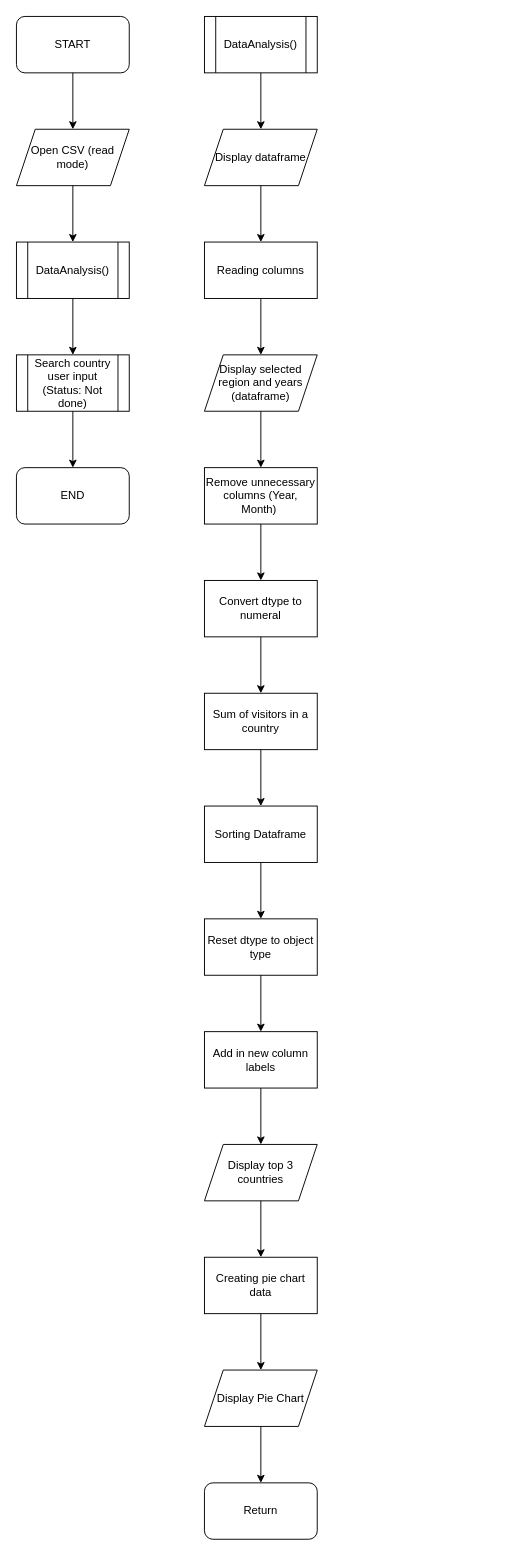
Earlier version of the draw.io diagram DA_yaypython(DianaToh).drawio (http-dtmh/DA_yaypython). Source tidied: cells renumbered, new cells numbered last; positions are measured from the earlier drawing's top-left corner, leaving out a move shared by most shapes. Both pictures are drawn from the tidied source at 94%, with x=0, y=0 at pixel (16, 16).
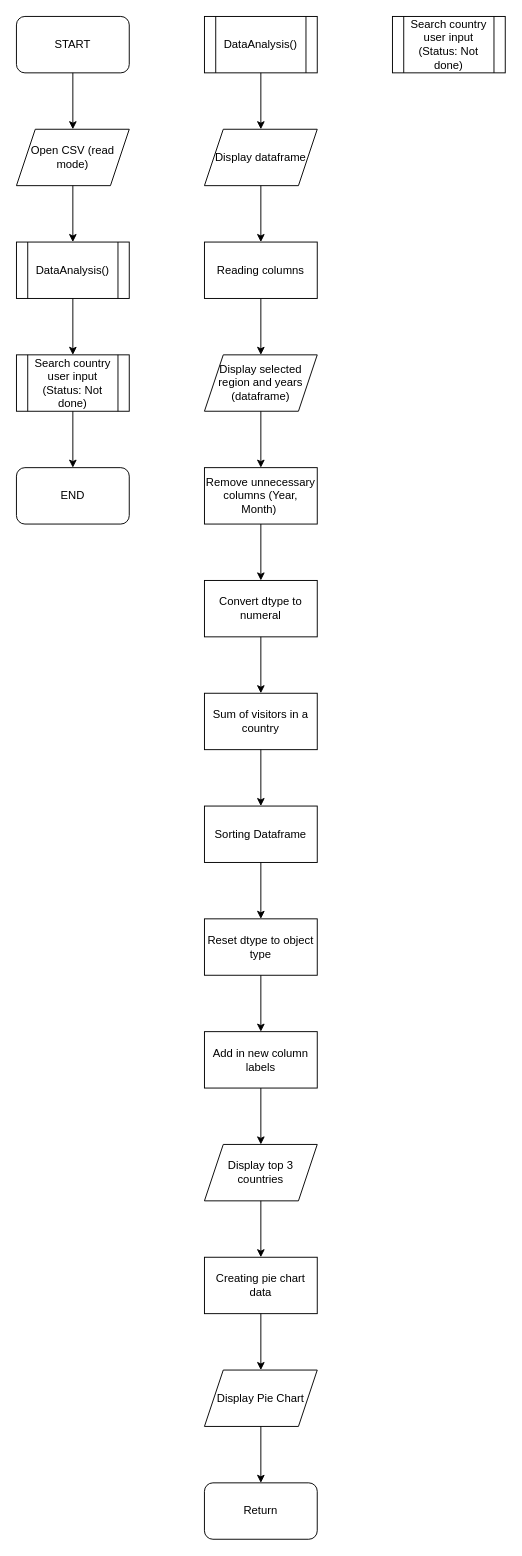
The same diagram, later.

Change to the diagram source:
```diff
@@
+    <mxCell id="38" value="Search country user input (Status: Not done)" style="shape=process;whiteSpace=wrap;html=1;backgroundOutline=1;" parent="1" vertex="1">
+      <mxGeometry x="400" width="120" height="60" as="geometry" />
+    </mxCell>
```
